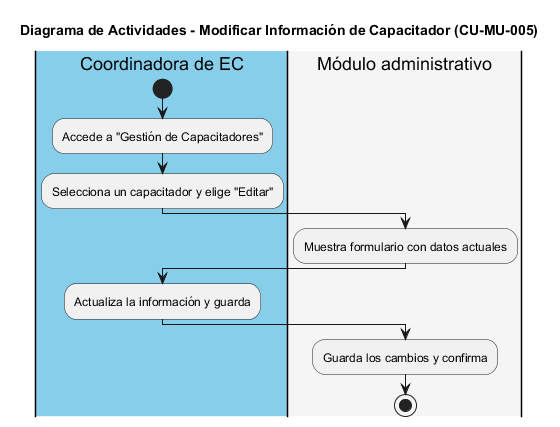
Before: img/CU-MU-005_Modificar_Capacitador.png, a diagram exported from PlantUML (iKinoo/baby-salesforce-admin-module). The source it was exported from:
```plantuml
@startuml
title Diagrama de Actividades - Modificar Información de Capacitador (CU-MU-005)

|#skyblue|Coordinadora de EC|
start
:Accede a "Gestión de Capacitadores";
:Selecciona un capacitador y elige "Editar";

|#whitesmoke|Módulo administrativo|
:Muestra formulario con datos actuales;

|#skyblue|Coordinadora de EC|
:Actualiza la información y guarda;

|#whitesmoke|Módulo administrativo|
:Guarda los cambios y confirma;
stop
@enduml
```
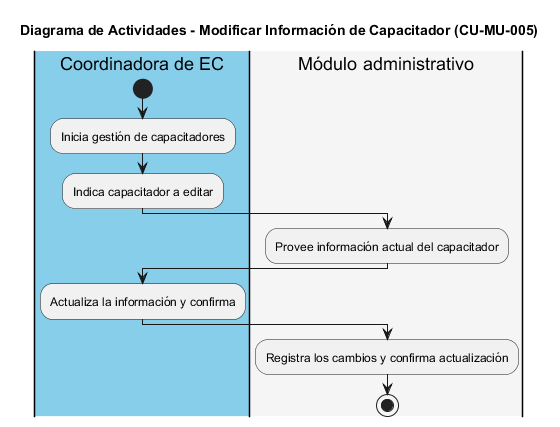
After the commit.

Diff of the diagram source:
```diff
@@ -1,18 +1,18 @@
-@startuml
+@startuml CU-MU-005_Modificar_Capacitador
 title Diagrama de Actividades - Modificar Información de Capacitador (CU-MU-005)
 
 |#skyblue|Coordinadora de EC|
 start
-:Accede a "Gestión de Capacitadores";
-:Selecciona un capacitador y elige "Editar";
+:Inicia gestión de capacitadores;
+:Indica capacitador a editar;
 
 |#whitesmoke|Módulo administrativo|
-:Muestra formulario con datos actuales;
+:Provee información actual del capacitador;
 
 |#skyblue|Coordinadora de EC|
-:Actualiza la información y guarda;
+:Actualiza la información y confirma;
 
 |#whitesmoke|Módulo administrativo|
-:Guarda los cambios y confirma;
+:Registra los cambios y confirma actualización;
 stop
 @enduml
```
